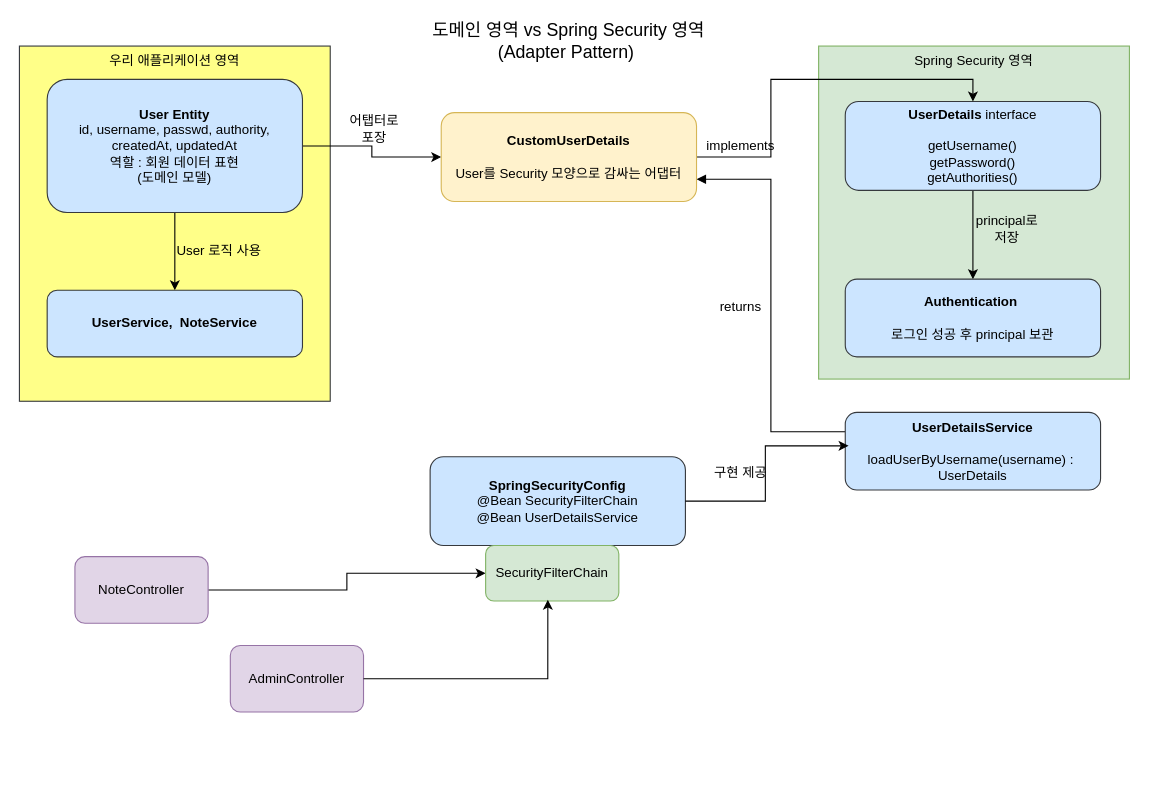
Earlier version of the draw.io diagram page "Spring Security 연동 클래스" (4 of 4) of Phase4_Spring/02_SpringNote/spring-security.drawio (jfbootcamp/jf-job-prep-bootcamp). Source tidied: cells renumbered, new cells numbered last; positions are measured from the earlier drawing's top-left corner, leaving out a move shared by most shapes. Both pictures are drawn from the tidied source at 111%, with x=0, y=0 at pixel (19, 23).
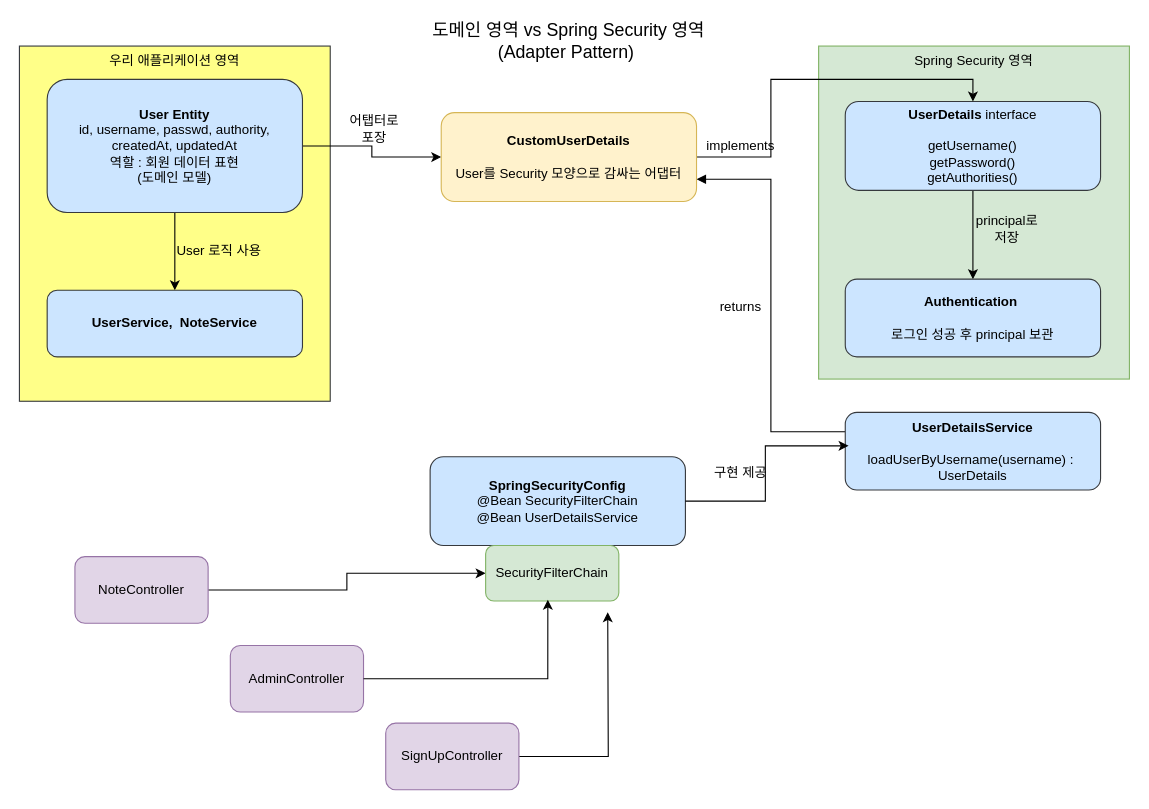
The same diagram, later.

The edit, as a diff of the source:
```diff
@@
+    <mxCell id="29" style="edgeStyle=orthogonalEdgeStyle;rounded=0;jettySize=auto;html=1;" parent="1" edge="1" source="30">
+      <mxGeometry relative="1" as="geometry">
+        <mxPoint x="530" y="530" as="targetPoint" />
+      </mxGeometry>
+    </mxCell>
+    <mxCell id="30" value="SignUpController" style="rounded=1;whiteSpace=wrap;html=1;fillColor=#e1d5e7;strokeColor=#9673a6;" parent="1" vertex="1">
+      <mxGeometry x="330" y="630" width="120" height="60" as="geometry" />
+    </mxCell>
```
